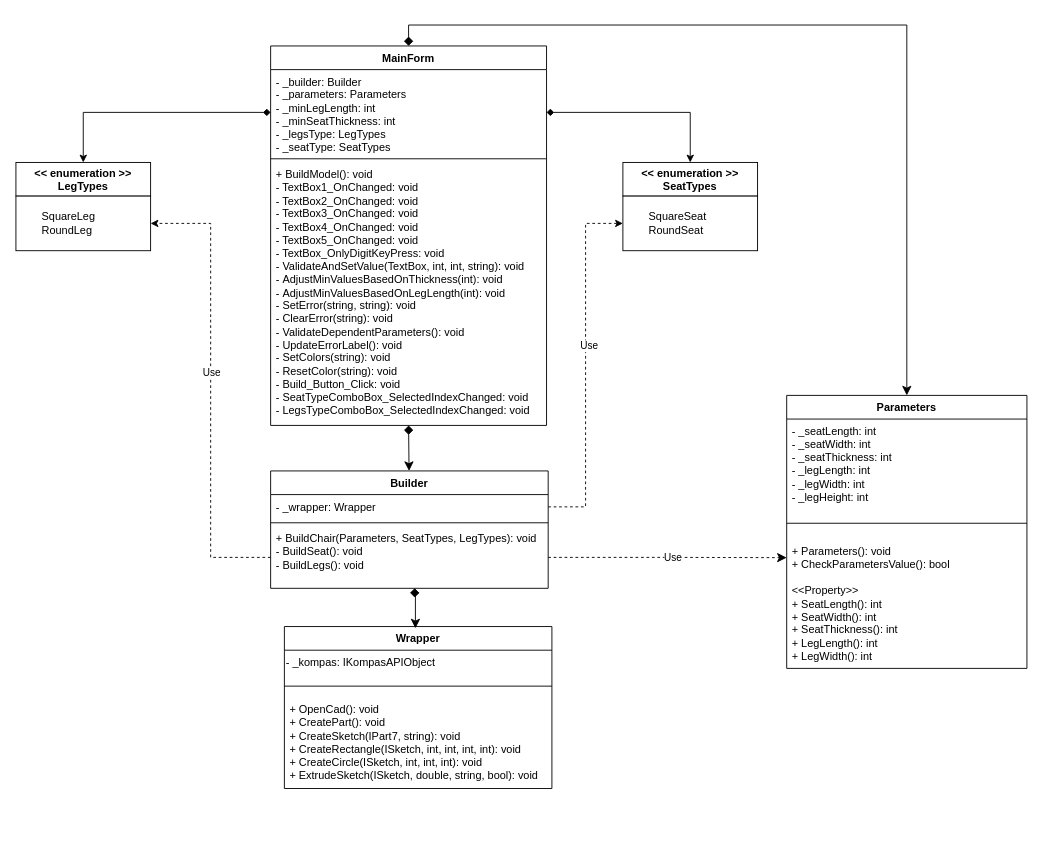
Above: docs/диаграмма_после.drawio in pikaparson/basics_of_CAD_development (draw.io), before the change. Source tidied: cells renumbered, new cells numbered last; positions are measured from the earlier drawing's top-left corner, leaving out a move shared by most shapes. Both pictures are drawn from the tidied source at 91%, with x=0, y=0 at pixel (15, 25).
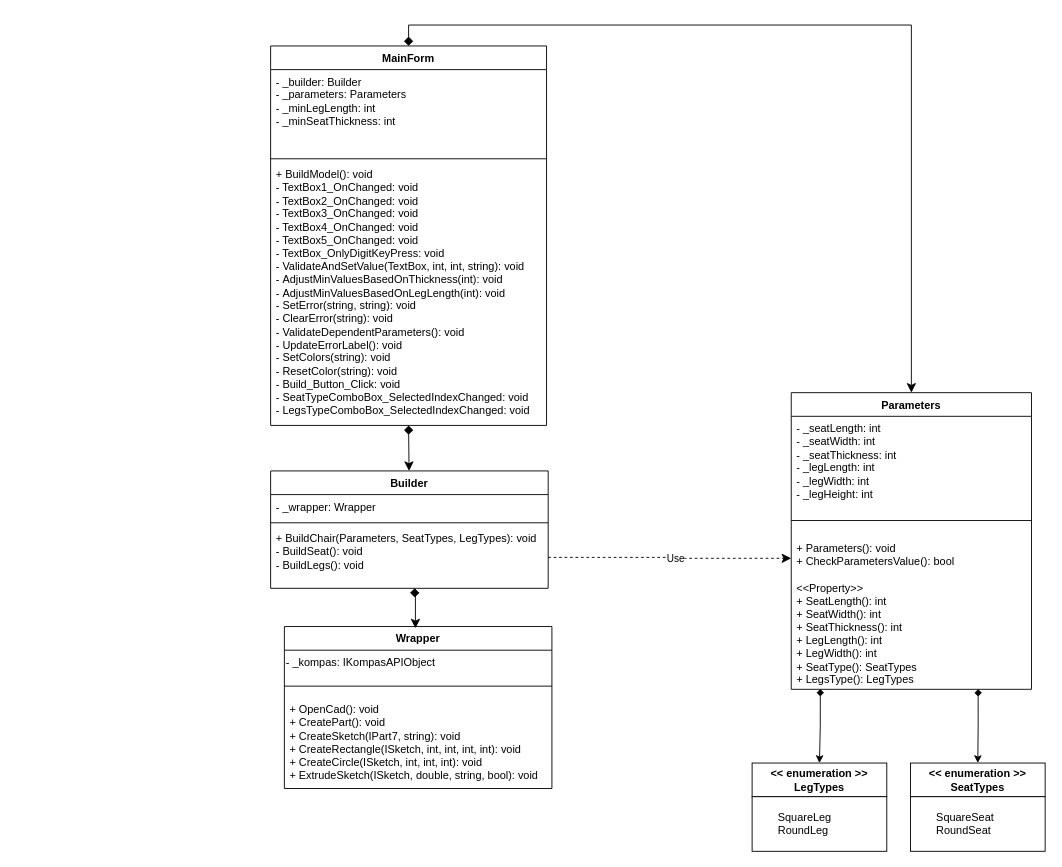
The same diagram, later.

Unchanged cells that the change refers to:
```xml
<mxCell id="2" value="MainForm" style="swimlane;fontStyle=1;align=center;verticalAlign=top;horizontal=1;startSize=26;whiteSpace=wrap;html=1;" parent="1" vertex="1">
  <mxGeometry x="279.9" y="23" width="303.2" height="417" as="geometry" />
</mxCell>
<mxCell id="7" value="&lt;div&gt;- _wrapper: Wrapper&lt;/div&gt;" style="text;strokeColor=none;fillColor=none;align=left;verticalAlign=top;spacingLeft=4;spacingRight=4;overflow=hidden;points=[[0,0.5],[1,0.5]];portConstraint=eastwest;whiteSpace=wrap;html=1;" parent="6" vertex="1">
  <mxGeometry y="26" width="305" height="27" as="geometry" />
</mxCell>
<mxCell id="9" value="&lt;span style=&quot;background-color: initial;&quot;&gt;+&amp;nbsp;BuildChair(Parameters, SeatTypes, LegTypes): void&lt;/span&gt;&lt;div&gt;&lt;div&gt;- BuildSeat(): void&lt;/div&gt;&lt;div&gt;- BuildLegs(): void&amp;nbsp;&lt;/div&gt;&lt;/div&gt;" style="text;strokeColor=none;fillColor=none;align=left;verticalAlign=top;spacingLeft=4;spacingRight=4;overflow=hidden;points=[[0,0.5],[1,0.5]];portConstraint=eastwest;whiteSpace=wrap;html=1;" parent="6" vertex="1">
  <mxGeometry y="61" width="305" height="68" as="geometry" />
</mxCell>
```

Change to the diagram source:
```diff
@@
-    <mxCell id="3" value="- _builder: Builder&lt;div&gt;- _parameters: Parameters&lt;br&gt;&lt;/div&gt;&lt;div&gt;- _minLegLength: int&lt;/div&gt;&lt;div&gt;-&amp;nbsp;_minSeatThickness: int&lt;/div&gt;&lt;div&gt;-&amp;nbsp;_legsType: LegTypes&lt;/div&gt;&lt;div&gt;-&amp;nbsp;_seatType: SeatTypes&lt;/div&gt;" style="text;strokeColor=none;fillColor=none;align=left;verticalAlign=top;spacingLeft=4;spacingRight=4;overflow=hidden;points=[[0,0.5],[1,0.5]];portConstraint=eastwest;whiteSpace=wrap;html=1;" parent="2" vertex="1">
+    <mxCell id="3" value="- _builder: Builder&lt;div&gt;- _parameters: Parameters&lt;br&gt;&lt;/div&gt;&lt;div&gt;- _minLegLength: int&lt;/div&gt;&lt;div&gt;-&amp;nbsp;_minSeatThickness: int&lt;br&gt;&lt;/div&gt;" style="text;strokeColor=none;fillColor=none;align=left;verticalAlign=top;spacingLeft=4;spacingRight=4;overflow=hidden;points=[[0,0.5],[1,0.5]];portConstraint=eastwest;whiteSpace=wrap;html=1;" parent="2" vertex="1">
       <mxGeometry y="26" width="303.2" height="94" as="geometry" />
     </mxCell>
@@
+    <mxCell id="34" style="edgeStyle=orthogonalEdgeStyle;rounded=0;jettySize=auto;html=1;entryX=0.5;entryY=0;entryDx=0;entryDy=0;exitX=0.121;exitY=0.997;exitDx=0;exitDy=0;exitPerimeter=0;startArrow=diamond;startFill=1;" parent="1" edge="1" source="18" target="24">
+      <mxGeometry relative="1" as="geometry" />
+    </mxCell>
+    <mxCell id="35" style="edgeStyle=orthogonalEdgeStyle;rounded=0;jettySize=auto;html=1;entryX=0.5;entryY=0;entryDx=0;entryDy=0;exitX=0.778;exitY=0.998;exitDx=0;exitDy=0;exitPerimeter=0;startArrow=diamond;startFill=1;" parent="1" edge="1" source="18" target="26">
+      <mxGeometry relative="1" as="geometry" />
+    </mxCell>
     <mxCell id="15" value="Parameters" style="swimlane;fontStyle=1;align=center;verticalAlign=top;horizontal=1;startSize=26;whiteSpace=wrap;html=1;" parent="1" vertex="1">
-      <mxGeometry x="847" y="407" width="264" height="300" as="geometry" />
+      <mxGeometry x="852" y="404" width="264" height="326" as="geometry" />
     </mxCell>
@@
-    <mxCell id="18" value="+ Parameters(): void&lt;div&gt;+ CheckParametersValue(): bool&amp;nbsp;&lt;br&gt;&lt;div&gt;&lt;br&gt;&lt;/div&gt;&lt;div&gt;&amp;lt;&amp;lt;Property&amp;gt;&amp;gt;&lt;/div&gt;&lt;div&gt;+ SeatLength(): int&lt;/div&gt;&lt;div&gt;+ SeatWidth(): int&lt;br&gt;&lt;/div&gt;&lt;div&gt;+ SeatThickness(): int&lt;br&gt;&lt;/div&gt;&lt;div&gt;+ LegLength(): int&lt;br&gt;&lt;/div&gt;&lt;div&gt;+ LegWidth(): int&lt;/div&gt;&lt;/div&gt;" style="text;strokeColor=none;fillColor=none;align=left;verticalAlign=top;spacingLeft=4;spacingRight=4;overflow=hidden;points=[[0,0.5],[1,0.5]];portConstraint=eastwest;whiteSpace=wrap;html=1;" parent="15" vertex="1">
-      <mxGeometry y="158" width="264" height="142" as="geometry" />
+    <mxCell id="18" value="+ Parameters(): void&lt;div&gt;+ CheckParametersValue(): bool&amp;nbsp;&lt;br&gt;&lt;div&gt;&lt;br&gt;&lt;/div&gt;&lt;div&gt;&amp;lt;&amp;lt;Property&amp;gt;&amp;gt;&lt;/div&gt;&lt;div&gt;+ SeatLength(): int&lt;/div&gt;&lt;div&gt;+ SeatWidth(): int&lt;br&gt;&lt;/div&gt;&lt;div&gt;+ SeatThickness(): int&lt;br&gt;&lt;/div&gt;&lt;div&gt;+ LegLength(): int&lt;br&gt;&lt;/div&gt;&lt;div&gt;+ LegWidth(): int&lt;/div&gt;&lt;/div&gt;&lt;div&gt;+ SeatType():&amp;nbsp;&lt;span style=&quot;background-color: initial;&quot;&gt;SeatTypes&lt;/span&gt;&lt;/div&gt;&lt;div&gt;+ LegsType(): Leg&lt;span style=&quot;background-color: initial;&quot;&gt;Types&lt;/span&gt;&lt;span style=&quot;background-color: initial;&quot;&gt;&lt;/span&gt;&lt;/div&gt;" style="text;strokeColor=none;fillColor=none;align=left;verticalAlign=top;spacingLeft=4;spacingRight=4;overflow=hidden;points=[[0,0.5],[1,0.5]];portConstraint=eastwest;whiteSpace=wrap;html=1;" parent="15" vertex="1">
+      <mxGeometry y="158" width="264" height="168" as="geometry" />
     </mxCell>
@@
     <mxCell id="24" value="&lt;span style=&quot;font-weight: 700;&quot;&gt;&amp;lt;&amp;lt; enumeration &amp;gt;&amp;gt;&lt;/span&gt;&lt;div style=&quot;font-weight: 700;&quot;&gt;LegTypes&lt;/div&gt;" style="rounded=0;whiteSpace=wrap;html=1;" parent="1" vertex="1">
-      <mxGeometry y="151" width="148" height="37" as="geometry" />
+      <mxGeometry x="809" y="811" width="148" height="37" as="geometry" />
     </mxCell>
     <mxCell id="25" value="&lt;div&gt;&lt;span style=&quot;white-space: pre;&quot;&gt;&#9;&lt;/span&gt;SquareLeg&lt;/div&gt;&lt;div&gt;&lt;span style=&quot;white-space: pre;&quot;&gt;&#9;&lt;/span&gt;RoundLeg&lt;/div&gt;" style="rounded=0;whiteSpace=wrap;html=1;align=left;" parent="1" vertex="1">
-      <mxGeometry y="188" width="148" height="60" as="geometry" />
+      <mxGeometry x="809" y="848" width="148" height="60" as="geometry" />
     </mxCell>
     <mxCell id="26" value="&lt;span style=&quot;font-weight: 700;&quot;&gt;&amp;lt;&amp;lt; enumeration &amp;gt;&amp;gt;&lt;/span&gt;&lt;div style=&quot;font-weight: 700;&quot;&gt;SeatTypes&lt;/div&gt;" style="rounded=0;whiteSpace=wrap;html=1;" parent="1" vertex="1">
-      <mxGeometry x="667" y="151" width="148" height="37" as="geometry" />
+      <mxGeometry x="983" y="811" width="148" height="37" as="geometry" />
     </mxCell>
     <mxCell id="27" value="&lt;div&gt;&lt;span style=&quot;white-space: pre;&quot;&gt;&#9;&lt;/span&gt;SquareSeat&lt;/div&gt;&lt;div&gt;&lt;span style=&quot;white-space: pre;&quot;&gt;&#9;&lt;/span&gt;RoundSeat&lt;/div&gt;" style="rounded=0;whiteSpace=wrap;html=1;align=left;" parent="1" vertex="1">
-      <mxGeometry x="667" y="188" width="148" height="60" as="geometry" />
+      <mxGeometry x="983" y="848" width="148" height="60" as="geometry" />
     </mxCell>
-    <mxCell id="28" style="edgeStyle=orthogonalEdgeStyle;rounded=0;jettySize=auto;html=1;exitX=0;exitY=0.5;exitDx=0;exitDy=0;entryX=0.5;entryY=0;entryDx=0;entryDy=0;startArrow=diamond;startFill=1;" parent="1" edge="1" source="3" target="24">
-      <mxGeometry relative="1" as="geometry" />
-    </mxCell>
-    <mxCell id="29" style="edgeStyle=orthogonalEdgeStyle;rounded=0;jettySize=auto;html=1;exitX=1;exitY=0.5;exitDx=0;exitDy=0;entryX=0.5;entryY=0;entryDx=0;entryDy=0;startArrow=diamond;startFill=1;" parent="1" edge="1" source="3" target="26">
-      <mxGeometry relative="1" as="geometry" />
-    </mxCell>
-    <mxCell id="30" style="edgeStyle=orthogonalEdgeStyle;rounded=0;jettySize=auto;html=1;exitX=0;exitY=0.5;exitDx=0;exitDy=0;entryX=1;entryY=0.5;entryDx=0;entryDy=0;dashed=1;" parent="1" edge="1" source="9" target="25">
-      <mxGeometry relative="1" as="geometry" />
-    </mxCell>
-    <mxCell id="31" value="Use" style="edgeLabel;html=1;align=center;verticalAlign=middle;" parent="30" vertex="1">
-      <mxGeometry x="0.08" relative="1" as="geometry" />
-    </mxCell>
-    <mxCell id="32" style="edgeStyle=orthogonalEdgeStyle;rounded=0;jettySize=auto;html=1;exitX=1;exitY=0.5;exitDx=0;exitDy=0;entryX=0;entryY=0.5;entryDx=0;entryDy=0;dashed=1;" parent="1" edge="1" source="7" target="27">
-      <mxGeometry relative="1" as="geometry" />
-    </mxCell>
-    <mxCell id="33" value="Use" style="edgeLabel;html=1;align=center;verticalAlign=middle;" parent="32" vertex="1">
-      <mxGeometry x="0.11" y="-3" relative="1" as="geometry" />
-    </mxCell>
```
